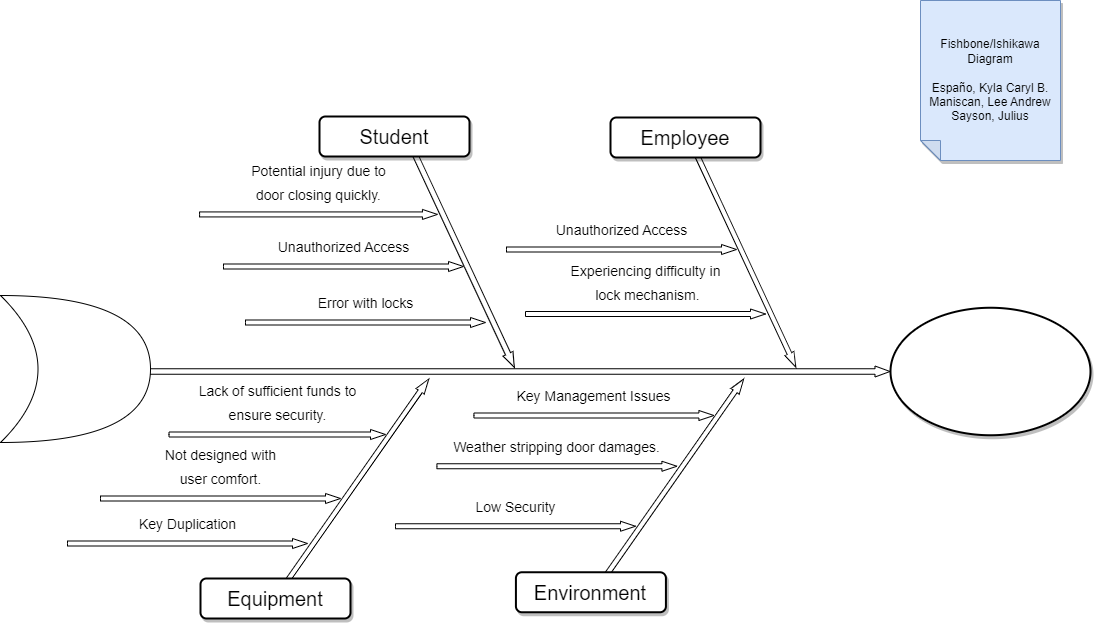
Earlier version of the draw.io export Fishbone Diagram.drawio.png (kaisunoo/Acads). Source tidied: cells renumbered, new cells last; positions are measured from the earlier drawing's top-left corner, leaving out a move shared by most shapes.
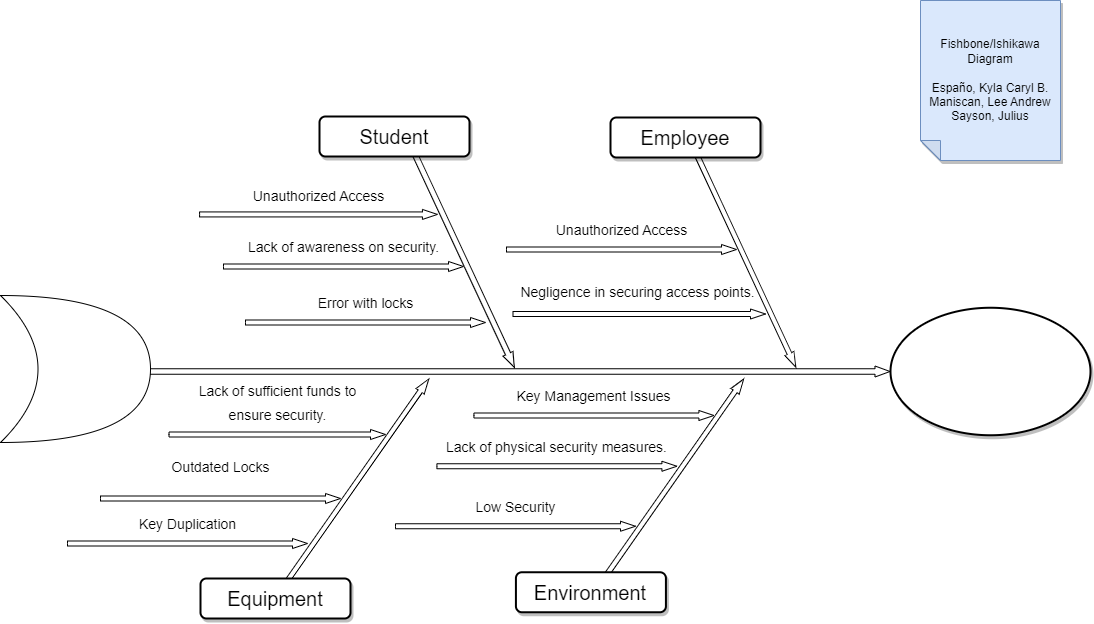
Above is the later version.

Change to the diagram source:
```diff
@@ -32,23 +32,23 @@
     <mxCell id="11" style="ellipse;whiteSpace=wrap;html=1;rounded=1;shadow=1;strokeWidth=2;fontSize=20;" parent="1" vertex="1">
       <mxGeometry x="890" y="307.2" width="200" height="127.5" as="geometry" />
     </mxCell>
-    <mxCell id="12" value="&lt;font style=&quot;font-size: 14px;&quot;&gt;Unauthorized Access&lt;br&gt;&lt;br&gt;&lt;/font&gt;" style="html=1;shadow=0;dashed=0;align=center;verticalAlign=middle;shape=mxgraph.arrows2.arrow;dy=0.5;dx=15;direction=north;notch=0;rounded=0;strokeWidth=1;fontSize=20;rotation=90;horizontal=0;labelPosition=left;verticalLabelPosition=middle;" parent="1" vertex="1">
+    <mxCell id="12" value="&lt;span style=&quot;font-size: 14px;&quot;&gt;Lack of awareness on security.&lt;br&gt;&lt;/span&gt;&lt;span style=&quot;font-size: 14px;&quot;&gt;&amp;nbsp;&lt;/span&gt;&lt;span style=&quot;font-size: 14px;&quot;&gt;&lt;br&gt;&lt;/span&gt;" style="html=1;shadow=0;dashed=0;align=center;verticalAlign=middle;shape=mxgraph.arrows2.arrow;dy=0.5;dx=15;direction=north;notch=0;rounded=0;strokeWidth=1;fontSize=20;rotation=90;horizontal=0;labelPosition=left;verticalLabelPosition=middle;" parent="1" vertex="1">
       <mxGeometry x="338" y="146" width="10" height="240" as="geometry" />
     </mxCell>
     <mxCell id="13" value="&lt;font style=&quot;font-size: 14px;&quot;&gt;Unauthorized Access&lt;br&gt;&lt;br&gt;&lt;/font&gt;" style="html=1;shadow=0;dashed=0;align=center;verticalAlign=middle;shape=mxgraph.arrows2.arrow;dy=0.5;dx=15;direction=north;notch=0;rounded=0;strokeWidth=1;fontSize=20;rotation=90;horizontal=0;labelPosition=left;verticalLabelPosition=middle;" parent="1" vertex="1">
       <mxGeometry x="616" y="134" width="10" height="230" as="geometry" />
     </mxCell>
-    <mxCell id="14" value="&lt;font style=&quot;font-size: 14px;&quot;&gt;Not designed with &lt;br&gt;user comfort.&lt;br&gt;&lt;br&gt;&lt;br&gt;&lt;/font&gt;" style="html=1;shadow=0;dashed=0;align=center;verticalAlign=middle;shape=mxgraph.arrows2.arrow;dy=0.5;dx=15;direction=north;notch=0;rounded=0;strokeWidth=1;fontSize=20;rotation=90;horizontal=0;labelPosition=left;verticalLabelPosition=middle;" parent="1" vertex="1">
+    <mxCell id="14" value="&lt;font style=&quot;font-size: 14px;&quot;&gt;Outdated Locks&lt;br&gt;&lt;br&gt;&lt;br&gt;&lt;/font&gt;" style="html=1;shadow=0;dashed=0;align=center;verticalAlign=middle;shape=mxgraph.arrows2.arrow;dy=0.5;dx=15;direction=north;notch=0;rounded=0;strokeWidth=1;fontSize=20;rotation=90;horizontal=0;labelPosition=left;verticalLabelPosition=middle;" parent="1" vertex="1">
       <mxGeometry x="215" y="378" width="10" height="240" as="geometry" />
     </mxCell>
-    <mxCell id="15" value="&lt;span style=&quot;font-size: 14px;&quot;&gt;Weather stripping door damages.&lt;br&gt;&lt;br&gt;&lt;/span&gt;" style="html=1;shadow=0;dashed=0;align=center;verticalAlign=middle;shape=mxgraph.arrows2.arrow;dy=0.5;dx=15;direction=north;notch=0;rounded=0;strokeWidth=1;fontSize=20;rotation=90;horizontal=0;labelPosition=left;verticalLabelPosition=middle;" parent="1" vertex="1">
+    <mxCell id="15" value="&lt;font style=&quot;font-size: 14px;&quot;&gt;Lack of physical security measures.&lt;br&gt;&lt;br&gt;&lt;/font&gt;" style="html=1;shadow=0;dashed=0;align=center;verticalAlign=middle;shape=mxgraph.arrows2.arrow;dy=0.5;dx=15;direction=north;notch=0;rounded=0;strokeWidth=1;fontSize=20;rotation=90;horizontal=0;labelPosition=left;verticalLabelPosition=middle;" parent="1" vertex="1">
       <mxGeometry x="551.4" y="345.8" width="10" height="240" as="geometry" />
     </mxCell>
     <mxCell id="16" value="&lt;font style=&quot;font-size: 14px;&quot;&gt;Error with locks&lt;br&gt;&lt;br&gt;&lt;/font&gt;" style="html=1;shadow=0;dashed=0;align=center;verticalAlign=middle;shape=mxgraph.arrows2.arrow;dy=0.5;dx=15;direction=north;notch=0;rounded=0;strokeWidth=1;fontSize=20;rotation=90;horizontal=0;labelPosition=left;verticalLabelPosition=middle;" parent="1" vertex="1">
       <mxGeometry x="360" y="202" width="10" height="240" as="geometry" />
     </mxCell>
-    <mxCell id="17" value="&lt;font style=&quot;font-size: 14px;&quot;&gt;Experiencing difficulty in&lt;br&gt;&amp;nbsp;lock mechanism.&lt;br&gt;&lt;br&gt;&lt;br&gt;&lt;/font&gt;" style="html=1;shadow=0;dashed=0;align=center;verticalAlign=middle;shape=mxgraph.arrows2.arrow;dy=0.5;dx=15;direction=north;notch=0;rounded=0;strokeWidth=1;fontSize=20;rotation=90;horizontal=0;labelPosition=left;verticalLabelPosition=middle;" parent="1" vertex="1">
-      <mxGeometry x="640" y="193.5" width="10" height="240" as="geometry" />
+    <mxCell id="17" value="&lt;font style=&quot;font-size: 14px;&quot;&gt;&lt;div style=&quot;&quot;&gt;Negligence in securing access&amp;nbsp;points.&amp;nbsp;&lt;/div&gt;&lt;br&gt;&lt;/font&gt;" style="html=1;shadow=0;dashed=0;align=center;verticalAlign=middle;shape=mxgraph.arrows2.arrow;dy=0.5;dx=15;direction=north;notch=0;rounded=0;strokeWidth=1;fontSize=20;rotation=90;horizontal=0;labelPosition=left;verticalLabelPosition=middle;" parent="1" vertex="1">
+      <mxGeometry x="633.8" y="187.2" width="10" height="252.5" as="geometry" />
     </mxCell>
     <mxCell id="18" value="&lt;font style=&quot;font-size: 14px;&quot;&gt;Lack of sufficient funds to &lt;br&gt;ensure security.&lt;br&gt;&lt;br&gt;&lt;br&gt;&lt;/font&gt;" style="html=1;shadow=0;dashed=0;align=center;verticalAlign=middle;shape=mxgraph.arrows2.arrow;dy=0.5;dx=15;direction=north;notch=0;rounded=0;strokeWidth=1;fontSize=20;rotation=90;horizontal=0;labelPosition=left;verticalLabelPosition=middle;" parent="1" vertex="1">
       <mxGeometry x="271.8" y="325.8" width="10" height="216.5" as="geometry" />
@@ -59,7 +59,7 @@
     <mxCell id="20" value="Fishbone/Ishikawa Diagram&lt;br&gt;&lt;br&gt;Españo, Kyla Caryl B.&lt;br&gt;Maniscan, Lee Andrew&lt;br&gt;Sayson, Julius" style="shape=note;whiteSpace=wrap;html=1;backgroundOutline=1;darkOpacity=0.05;fillColor=#dae8fc;strokeColor=#6c8ebf;fillStyle=solid;direction=west;gradientDirection=north;shadow=1;size=20;" parent="1" vertex="1">
       <mxGeometry x="920" width="140" height="160" as="geometry" />
     </mxCell>
-    <mxCell id="21" value="&lt;font style=&quot;font-size: 14px;&quot;&gt;Potential injury due to &lt;br&gt;door closing quickly.&lt;br&gt;&lt;br&gt;&lt;br&gt;&lt;/font&gt;" style="html=1;shadow=0;dashed=0;align=center;verticalAlign=middle;shape=mxgraph.arrows2.arrow;dy=0.5;dx=15;direction=north;notch=0;rounded=0;strokeWidth=1;fontSize=20;rotation=90;horizontal=0;labelPosition=left;verticalLabelPosition=middle;" parent="1" vertex="1">
+    <mxCell id="21" value="&lt;font style=&quot;font-size: 14px;&quot;&gt;&lt;div style=&quot;&quot;&gt;Unauthorized Access&lt;br&gt;&lt;/div&gt;&lt;div style=&quot;&quot;&gt;&amp;nbsp;&lt;/div&gt;&lt;/font&gt;" style="html=1;shadow=0;dashed=0;align=center;verticalAlign=middle;shape=mxgraph.arrows2.arrow;dy=0.5;dx=15;direction=north;notch=0;rounded=0;strokeWidth=1;fontSize=20;rotation=90;horizontal=0;labelPosition=left;verticalLabelPosition=middle;" parent="1" vertex="1">
       <mxGeometry x="313" y="95" width="10" height="237.9" as="geometry" />
     </mxCell>
     <mxCell id="22" value="&lt;font style=&quot;font-size: 14px;&quot;&gt;Low Security&lt;br&gt;&lt;br&gt;&lt;/font&gt;" style="html=1;shadow=0;dashed=0;align=center;verticalAlign=middle;shape=mxgraph.arrows2.arrow;dy=0.5;dx=15;direction=north;notch=0;rounded=0;strokeWidth=1;fontSize=20;rotation=90;horizontal=0;labelPosition=left;verticalLabelPosition=middle;" parent="1" vertex="1">
```
